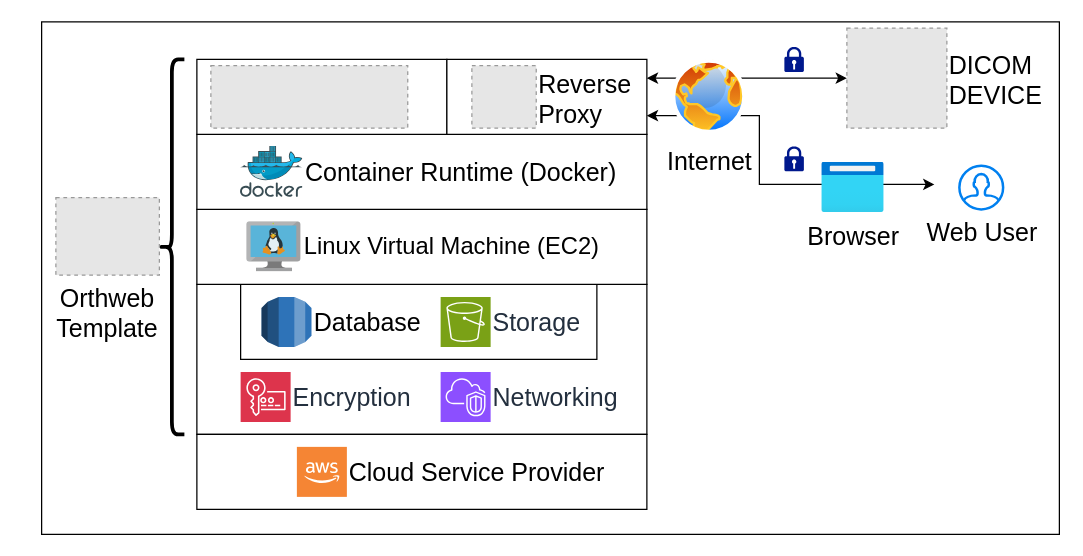
Earlier version of the draw.io diagram page "Overview" (1 of 3) of docs/assets/diagrams/Orthweb.drawio (digihunch/orthweb). Source tidied: cells renumbered, new cells numbered last; positions are measured from the earlier drawing's top-left corner, leaving out a move shared by most shapes. Both pictures are drawn from the tidied source at 125%, with x=0, y=0 at pixel (41, 21). Pictures stored in the file or linked from it are replaced by grey dashed boxes.
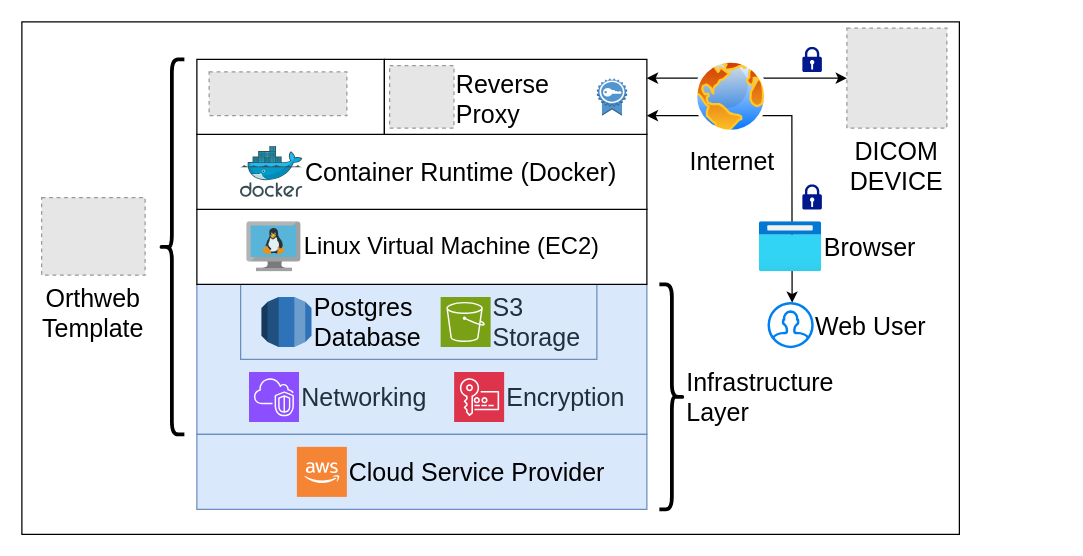
The same page after the edit.

Diff of the diagram source:
```diff
@@
     <mxCell id="2" style="rounded=0;whiteSpace=wrap;html=1;" parent="1" vertex="1">
-      <mxGeometry x="-0.2" width="814.2" height="410" as="geometry" />
+      <mxGeometry x="-16" width="750" height="410" as="geometry" />
     </mxCell>
-    <mxCell id="3" style="rounded=0;whiteSpace=wrap;html=1;" parent="1" vertex="1">
+    <mxCell id="3" style="rounded=0;whiteSpace=wrap;html=1;fillColor=#dae8fc;strokeColor=#6c8ebf;" parent="1" vertex="1">
       <mxGeometry x="124" y="210" width="360" height="120" as="geometry" />
     </mxCell>
-    <mxCell id="4" style="rounded=0;whiteSpace=wrap;html=1;" parent="1" vertex="1">
+    <mxCell id="4" style="rounded=0;whiteSpace=wrap;html=1;fillColor=#dae8fc;strokeColor=#6c8ebf;" parent="1" vertex="1">
       <mxGeometry x="159" y="210" width="285" height="60" as="geometry" />
     </mxCell>
@@
     <mxCell id="7" value="Encryption" style="sketch=0;fontColor=#232F3E;fillColor=#DD344C;strokeColor=#ffffff;dashed=0;verticalLabelPosition=middle;verticalAlign=middle;align=left;html=1;fontSize=20;fontStyle=0;shape=mxgraph.aws4.resourceIcon;resIcon=mxgraph.aws4.key_management_service;labelPosition=right;" parent="1" vertex="1">
-      <mxGeometry x="159" y="280" width="40" height="40" as="geometry" />
+      <mxGeometry x="329.8" y="280" width="40" height="40" as="geometry" />
     </mxCell>
-    <mxCell id="8" value="Storage" style="sketch=0;fontColor=#232F3E;fillColor=#7AA116;strokeColor=#ffffff;dashed=0;verticalLabelPosition=middle;verticalAlign=middle;align=left;html=1;fontSize=20;fontStyle=0;shape=mxgraph.aws4.resourceIcon;resIcon=mxgraph.aws4.s3;labelPosition=right;" parent="1" vertex="1">
+    <mxCell id="8" value="S3&lt;div&gt;Storage&lt;/div&gt;" style="sketch=0;fontColor=#232F3E;fillColor=#7AA116;strokeColor=#ffffff;dashed=0;verticalLabelPosition=middle;verticalAlign=middle;align=left;html=1;fontSize=20;fontStyle=0;shape=mxgraph.aws4.resourceIcon;resIcon=mxgraph.aws4.s3;labelPosition=right;" parent="1" vertex="1">
       <mxGeometry x="319" y="220" width="40" height="40" as="geometry" />
     </mxCell>
-    <mxCell id="9" value="Database" style="dashed=0;verticalLabelPosition=middle;verticalAlign=middle;align=left;html=1;shape=mxgraph.aws3.rds;fillColor=#2E73B8;gradientColor=none;fontSize=20;labelPosition=right;" parent="1" vertex="1">
+    <mxCell id="9" value="Postgres&lt;div&gt;Database&lt;/div&gt;" style="dashed=0;verticalLabelPosition=middle;verticalAlign=middle;align=left;html=1;shape=mxgraph.aws3.rds;fillColor=#2E73B8;gradientColor=none;fontSize=20;labelPosition=right;" parent="1" vertex="1">
       <mxGeometry x="175.7" y="220" width="40" height="40" as="geometry" />
     </mxCell>
@@
     <mxCell id="12" value="Networking" style="sketch=0;fontColor=#232F3E;fillColor=#8C4FFF;strokeColor=#ffffff;dashed=0;verticalLabelPosition=middle;verticalAlign=middle;align=left;html=1;fontSize=20;fontStyle=0;shape=mxgraph.aws4.resourceIcon;resIcon=mxgraph.aws4.vpc;labelPosition=right;" parent="1" vertex="1">
-      <mxGeometry x="319" y="280" width="40" height="40" as="geometry" />
+      <mxGeometry x="165.7" y="280" width="40" height="40" as="geometry" />
     </mxCell>
-    <mxCell id="13" style="rounded=0;whiteSpace=wrap;html=1;" parent="1" vertex="1">
+    <mxCell id="13" style="rounded=0;whiteSpace=wrap;html=1;fillColor=#dae8fc;strokeColor=#6c8ebf;" parent="1" vertex="1">
       <mxGeometry x="124" y="330" width="360" height="60" as="geometry" />
     </mxCell>
@@
     <mxCell id="16" style="rounded=0;whiteSpace=wrap;html=1;" parent="1" vertex="1">
-      <mxGeometry x="124" y="30" width="200" height="60" as="geometry" />
+      <mxGeometry x="124" y="30" width="150" height="60" as="geometry" />
     </mxCell>
     <mxCell id="17" style="rounded=0;whiteSpace=wrap;html=1;" parent="1" vertex="1">
-      <mxGeometry x="324" y="30" width="160" height="60" as="geometry" />
+      <mxGeometry x="274" y="30" width="210" height="60" as="geometry" />
     </mxCell>
     <mxCell id="18" style="fillColor=#E6E6E6;strokeColor=#999999;dashed=1;verticalLabelPosition=bottom;labelBackgroundColor=default;verticalAlign=top;" parent="1" vertex="1">
-      <mxGeometry x="135.2" y="35" width="157.5" height="50" as="geometry" />
+      <mxGeometry x="133.8" y="40" width="110.2" height="35" as="geometry" />
     </mxCell>
     <mxCell id="19" value="Reverse&#10;Proxy" style="fillColor=#E6E6E6;strokeColor=#999999;dashed=1;verticalLabelPosition=middle;labelBackgroundColor=default;verticalAlign=middle;fontSize=20;labelPosition=right;align=left;" parent="1" vertex="1">
-      <mxGeometry x="344" y="35" width="51.5" height="50" as="geometry" />
+      <mxGeometry x="278.2" y="35" width="51.5" height="50" as="geometry" />
     </mxCell>
     <mxCell id="20" value="Orthweb&#10;Template" style="fillColor=#E6E6E6;strokeColor=#999999;dashed=1;verticalLabelPosition=bottom;labelBackgroundColor=default;verticalAlign=top;fontSize=20;labelPosition=center;align=center;" parent="1" vertex="1">
-      <mxGeometry x="11.2" y="140.5" width="82.8" height="62.1" as="geometry" />
+      <mxGeometry x="-0.2" y="140.5" width="82.8" height="62.1" as="geometry" />
     </mxCell>
-    <mxCell id="21" value="Web User" style="html=1;verticalLabelPosition=bottom;align=center;labelBackgroundColor=#ffffff;verticalAlign=top;strokeWidth=2;strokeColor=#0080F0;shadow=0;dashed=0;shape=mxgraph.ios7.icons.user;fontSize=20;labelPosition=center;" parent="1" vertex="1">
-      <mxGeometry x="734" y="115" width="35" height="35" as="geometry" />
+    <mxCell id="21" value="Web User" style="html=1;verticalLabelPosition=middle;align=left;labelBackgroundColor=#ffffff;verticalAlign=middle;strokeWidth=2;strokeColor=#0080F0;shadow=0;dashed=0;shape=mxgraph.ios7.icons.user;fontSize=20;labelPosition=right;" parent="1" vertex="1">
+      <mxGeometry x="581.5" y="225" width="35" height="35" as="geometry" />
     </mxCell>
-    <mxCell id="22" value="DICOM&#10;DEVICE" style="fillColor=#E6E6E6;strokeColor=#999999;dashed=1;verticalLabelPosition=middle;labelBackgroundColor=default;verticalAlign=middle;fontSize=20;labelPosition=right;align=left;" parent="1" vertex="1">
+    <mxCell id="22" value="DICOM&#10;DEVICE" style="fillColor=#E6E6E6;strokeColor=#999999;dashed=1;verticalLabelPosition=bottom;labelBackgroundColor=default;verticalAlign=top;fontSize=20;labelPosition=center;align=center;" parent="1" vertex="1">
       <mxGeometry x="644" y="5" width="80" height="80" as="geometry" />
     </mxCell>
-    <mxCell id="23" style="endArrow=classic;startArrow=classic;html=1;rounded=0;exitX=1;exitY=0.75;exitDx=0;exitDy=0;" parent="1" edge="1" source="17">
+    <mxCell id="23" style="endArrow=classic;startArrow=classic;html=1;rounded=0;exitX=1;exitY=0.75;exitDx=0;exitDy=0;entryX=0.534;entryY=-0.009;entryDx=0;entryDy=0;entryPerimeter=0;" parent="1" edge="1" source="17" target="21">
       <mxGeometry relative="1" as="geometry">
-        <mxPoint x="714" y="130" as="targetPoint" />
         <Array as="points">
-          <mxPoint x="574" y="75" />
-          <mxPoint x="574" y="130" />
+          <mxPoint x="600" y="75" />
         </Array>
       </mxGeometry>
     </mxCell>
@@
-    <mxCell id="25" value="Browser" style="image;html=1;align=center;fontSize=20;image=img/lib/azure2/general/Browser.svg;" parent="1" vertex="1">
-      <mxGeometry x="624" y="112.5" width="50" height="40" as="geometry" />
+    <mxCell id="25" value="Browser" style="image;html=1;align=left;fontSize=20;image=img/lib/azure2/general/Browser.svg;labelPosition=right;verticalLabelPosition=middle;verticalAlign=middle;" parent="1" vertex="1">
+      <mxGeometry x="574" y="160" width="50" height="40" as="geometry" />
     </mxCell>
     <mxCell id="26" value="Internet" style="image;perimeter=ellipsePerimeter;html=1;align=center;shadow=0;dashed=0;spacingTop=3;image=img/lib/active_directory/internet_globe.svg;fontSize=20;" parent="1" vertex="1">
-      <mxGeometry x="504" y="30" width="60" height="60" as="geometry" />
+      <mxGeometry x="521.5" y="30" width="60" height="60" as="geometry" />
     </mxCell>
     <mxCell id="27" style="sketch=0;shadow=0;dashed=0;html=1;strokeColor=none;labelPosition=center;verticalLabelPosition=bottom;verticalAlign=top;align=center;fillColor=#00188D;shape=mxgraph.mscae.enterprise.lock;" parent="1" vertex="1">
-      <mxGeometry x="594" y="99.5" width="15.6" height="20" as="geometry" />
+      <mxGeometry x="608.4" y="130" width="15.6" height="20" as="geometry" />
     </mxCell>
     <mxCell id="28" style="sketch=0;shadow=0;dashed=0;html=1;strokeColor=none;labelPosition=center;verticalLabelPosition=bottom;verticalAlign=top;align=center;fillColor=#00188D;shape=mxgraph.mscae.enterprise.lock;" parent="1" vertex="1">
-      <mxGeometry x="594" y="20" width="15.6" height="20" as="geometry" />
+      <mxGeometry x="608.4" y="20" width="15.6" height="20" as="geometry" />
     </mxCell>
+    <mxCell id="29" style="dashed=0;verticalLabelPosition=bottom;verticalAlign=top;align=center;html=1;shape=mxgraph.aws3.certificate;fillColor=#5294CF;gradientColor=none;" parent="1" vertex="1">
+      <mxGeometry x="444" y="45" width="24.2" height="30" as="geometry" />
+    </mxCell>
+    <mxCell id="30" value="Infrastructure&lt;div style=&quot;font-size: 20px;&quot;&gt;Layer&lt;/div&gt;" style="shape=curlyBracket;whiteSpace=wrap;html=1;rounded=1;flipH=1;labelPosition=right;verticalLabelPosition=middle;align=left;verticalAlign=middle;strokeWidth=3;rotation=0;fontSize=20;" parent="1" vertex="1">
+      <mxGeometry x="494" y="210" width="20" height="180" as="geometry" />
+    </mxCell>
```
